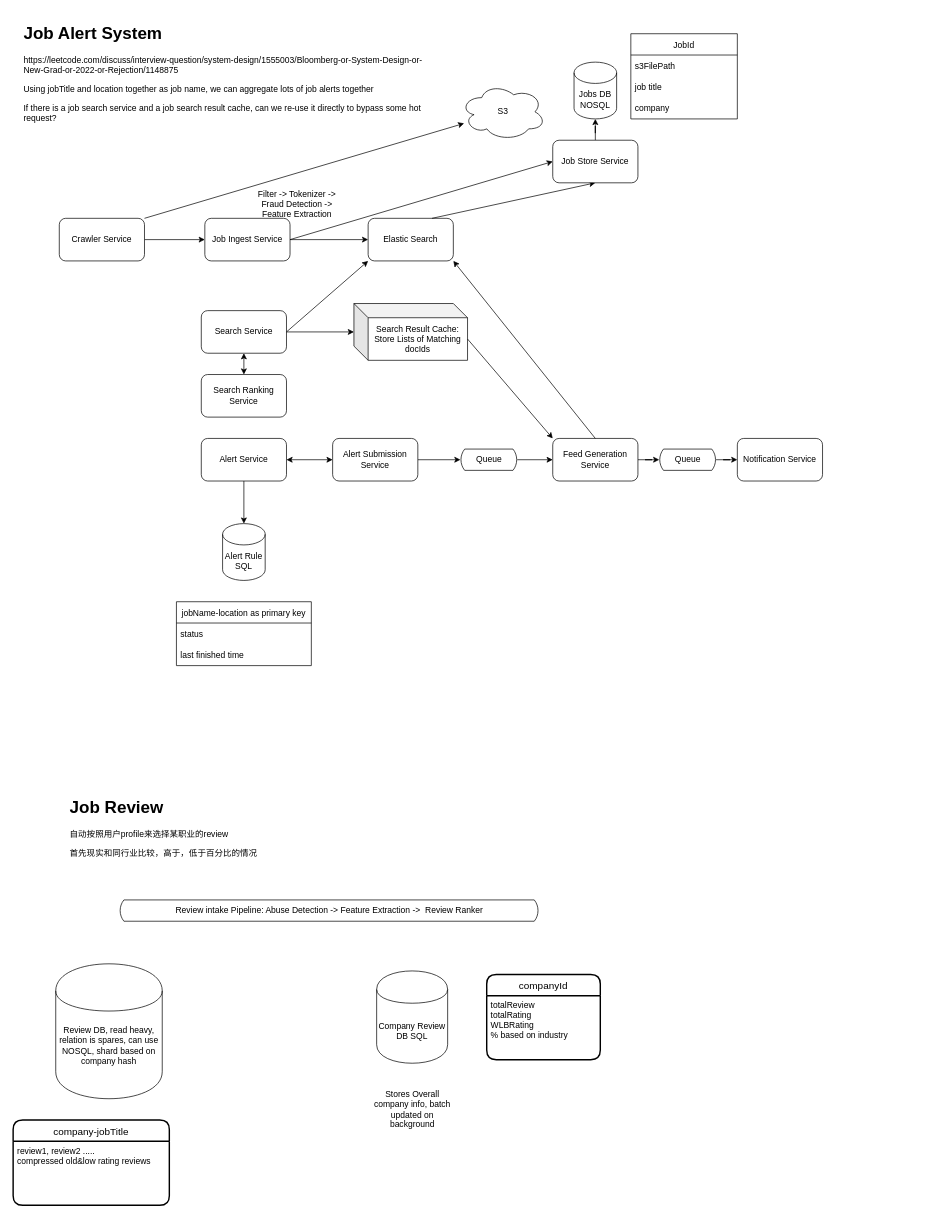
Before: System Design Diagrams/Job Alert Diagram.drawio in zyy890316/CS-Notes, a draw.io diagram. Source tidied: cells renumbered, new cells numbered last; positions are measured from the earlier drawing's top-left corner, leaving out a move shared by most shapes. Both pictures are drawn from the tidied source at 71%, with x=0, y=0 at pixel (13, 19).
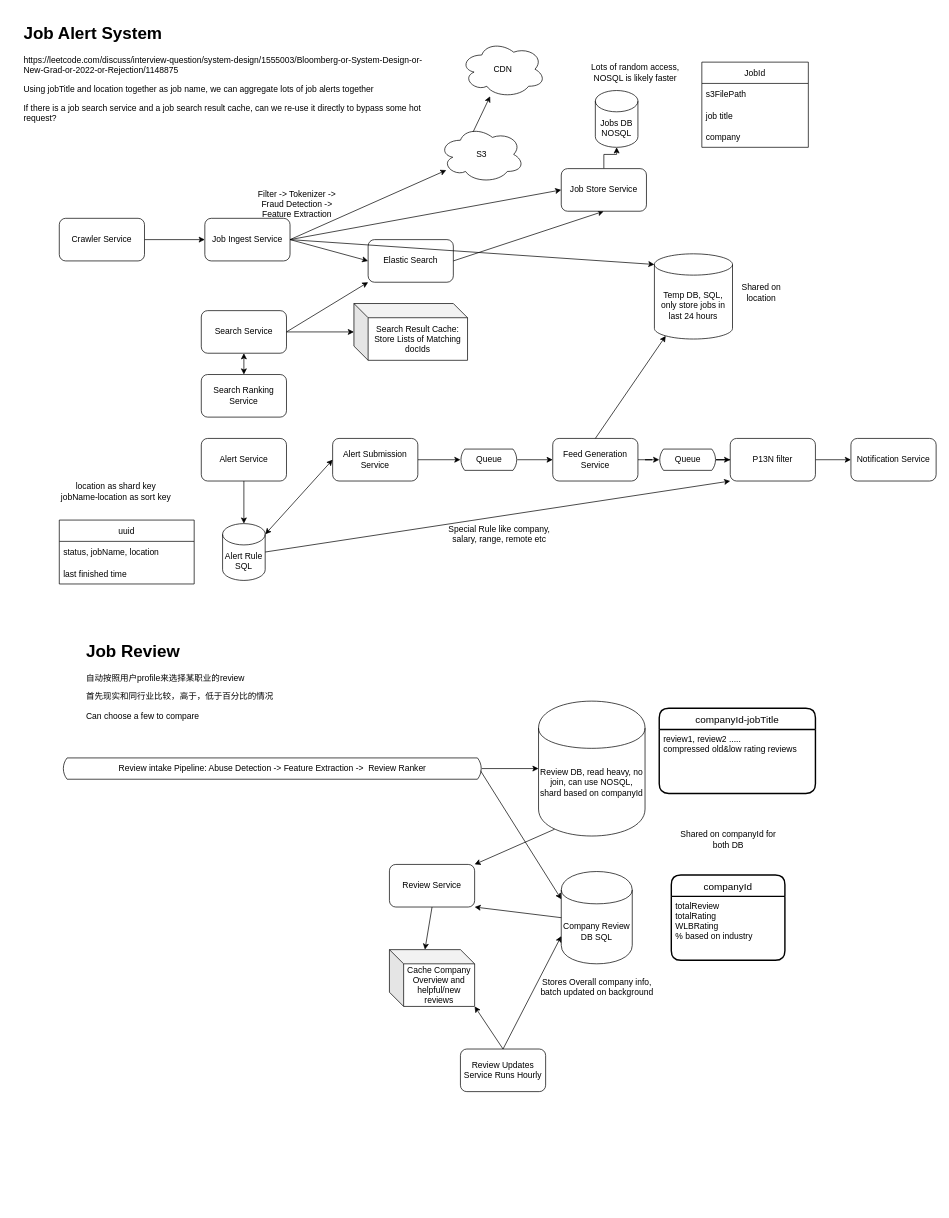
Above is the later version.

Unchanged cells that the change refers to:
```xml
<mxCell id="7" value="Alert Service" style="rounded=1;whiteSpace=wrap;html=1;" parent="1" vertex="1">
  <mxGeometry x="265" y="590" width="120" height="60" as="geometry" />
</mxCell>
<mxCell id="8" value="Alert Rule SQL" style="shape=cylinder3;whiteSpace=wrap;html=1;boundedLbl=1;backgroundOutline=1;size=15;" parent="1" vertex="1">
  <mxGeometry x="295" y="710" width="60" height="80" as="geometry" />
</mxCell>
<mxCell id="10" value="Alert Submission Service" style="rounded=1;whiteSpace=wrap;html=1;" parent="1" vertex="1">
  <mxGeometry x="450" y="590" width="120" height="60" as="geometry" />
</mxCell>
<mxCell id="13" value="Crawler Service" style="rounded=1;whiteSpace=wrap;html=1;" parent="1" vertex="1">
  <mxGeometry x="65" y="280" width="120" height="60" as="geometry" />
</mxCell>
<mxCell id="14" value="Job Ingest Service" style="rounded=1;whiteSpace=wrap;html=1;" parent="1" vertex="1">
  <mxGeometry x="270" y="280" width="120" height="60" as="geometry" />
</mxCell>
<mxCell id="25" value="Search Result Cache: Store Lists of Matching docIds" style="shape=cube;whiteSpace=wrap;html=1;boundedLbl=1;backgroundOutline=1;darkOpacity=0.05;darkOpacity2=0.1;" parent="1" vertex="1">
  <mxGeometry x="480" y="400" width="160" height="80" as="geometry" />
</mxCell>
<mxCell id="34" value="Feed Generation Service" style="rounded=1;whiteSpace=wrap;html=1;" parent="1" vertex="1">
  <mxGeometry x="760" y="590" width="120" height="60" as="geometry" />
</mxCell>
<mxCell id="38" value="Queue" style="html=1;dashed=0;whitespace=wrap;shape=mxgraph.dfd.loop;" parent="1" vertex="1">
  <mxGeometry x="910" y="605" width="80" height="30" as="geometry" />
</mxCell>
```

What changed in the source:
```diff
@@
-    <mxCell id="3" value="jobName-location as primary key" style="swimlane;fontStyle=0;horizontal=1;startSize=30;" parent="1" vertex="1">
-      <mxGeometry x="230" y="820" width="190" height="90" as="geometry" />
+    <mxCell id="3" value="uuid" style="swimlane;fontStyle=0;horizontal=1;startSize=30;" parent="1" vertex="1">
+      <mxGeometry x="65" y="705" width="190" height="90" as="geometry" />
     </mxCell>
-    <mxCell id="4" value="status" style="text;strokeColor=none;fillColor=none;align=left;verticalAlign=middle;spacingLeft=4;spacingRight=4;overflow=hidden;" parent="3" vertex="1">
+    <mxCell id="4" value="status, jobName, location" style="text;strokeColor=none;fillColor=none;align=left;verticalAlign=middle;spacingLeft=4;spacingRight=4;overflow=hidden;" parent="3" vertex="1">
       <mxGeometry y="30" width="190" height="30" as="geometry" />
     </mxCell>
@@
-    <mxCell id="11" style="endArrow=classic;startArrow=classic;html=1;rounded=0;exitX=1;exitY=0.5;exitDx=0;exitDy=0;entryX=0;entryY=0.5;entryDx=0;entryDy=0;" parent="1" edge="1" source="7" target="10">
+    <mxCell id="11" style="endArrow=classic;startArrow=classic;html=1;rounded=0;exitX=1;exitY=0;exitDx=0;exitDy=15;entryX=0;entryY=0.5;entryDx=0;entryDy=0;exitPerimeter=0;" parent="1" edge="1" source="8" target="10">
       <mxGeometry relative="1" as="geometry" />
     </mxCell>
@@
-    <mxCell id="16" style="endArrow=classic;html=1;rounded=0;exitX=1;exitY=0;exitDx=0;exitDy=0;" parent="1" edge="1" source="13" target="17">
+    <mxCell id="16" style="endArrow=classic;html=1;rounded=0;exitX=1;exitY=0.5;exitDx=0;exitDy=0;" parent="1" edge="1" source="14" target="17">
       <mxGeometry relative="1" as="geometry" />
     </mxCell>
     <mxCell id="17" value="S3" style="ellipse;shape=cloud;whiteSpace=wrap;html=1;" parent="1" vertex="1">
-      <mxGeometry x="630" y="90" width="120" height="80" as="geometry" />
+      <mxGeometry x="600" y="150" width="120" height="80" as="geometry" />
     </mxCell>
@@
     <mxCell id="19" value="Elastic Search" style="rounded=1;whiteSpace=wrap;html=1;" parent="1" vertex="1">
-      <mxGeometry x="500" y="280" width="120" height="60" as="geometry" />
+      <mxGeometry x="500" y="310" width="120" height="60" as="geometry" />
     </mxCell>
@@
-    <mxCell id="21" style="endArrow=classic;html=1;rounded=0;exitX=0.75;exitY=0;exitDx=0;exitDy=0;entryX=0.5;entryY=1;entryDx=0;entryDy=0;" parent="1" edge="1" source="19" target="29">
+    <mxCell id="21" style="endArrow=classic;html=1;rounded=0;exitX=1;exitY=0.5;exitDx=0;exitDy=0;entryX=0.5;entryY=1;entryDx=0;entryDy=0;" parent="1" edge="1" source="19" target="29">
       <mxGeometry relative="1" as="geometry" />
     </mxCell>
@@
     <mxCell id="29" value="Job Store Service" style="rounded=1;whiteSpace=wrap;html=1;" parent="1" vertex="1">
-      <mxGeometry x="760" y="170" width="120" height="60" as="geometry" />
+      <mxGeometry x="772" y="210" width="120" height="60" as="geometry" />
     </mxCell>
     <mxCell id="30" value="Jobs DB NOSQL" style="shape=cylinder3;whiteSpace=wrap;html=1;boundedLbl=1;backgroundOutline=1;size=15;" parent="1" vertex="1">
-      <mxGeometry x="790" y="60" width="60" height="80" as="geometry" />
+      <mxGeometry x="820" y="100" width="60" height="80" as="geometry" />
     </mxCell>
@@
-    <mxCell id="35" style="endArrow=classic;html=1;rounded=0;exitX=0;exitY=0;exitDx=160;exitDy=50;exitPerimeter=0;entryX=0;entryY=0;entryDx=0;entryDy=0;" parent="1" edge="1" source="25" target="34">
-      <mxGeometry relative="1" as="geometry" />
-    </mxCell>
     <mxCell id="36" value="Notification Service" style="rounded=1;whiteSpace=wrap;html=1;" parent="1" vertex="1">
-      <mxGeometry x="1020" y="590" width="120" height="60" as="geometry" />
+      <mxGeometry x="1180" y="590" width="120" height="60" as="geometry" />
     </mxCell>
-    <mxCell id="37" style="edgeStyle=orthogonalEdgeStyle;rounded=0;jettySize=auto;html=1;" parent="1" edge="1" source="38" target="36">
-      <mxGeometry relative="1" as="geometry" />
-    </mxCell>
+    <mxCell id="53" style="edgeStyle=orthogonalEdgeStyle;rounded=0;jettySize=auto;html=1;" parent="1" edge="1" source="38" target="56">
+      <mxGeometry relative="1" as="geometry" />
+    </mxCell>
@@
-    <mxCell id="39" style="endArrow=classic;html=1;rounded=0;exitX=0.5;exitY=0;exitDx=0;exitDy=0;entryX=1;entryY=1;entryDx=0;entryDy=0;" parent="1" edge="1" source="34" target="19">
-      <mxGeometry relative="1" as="geometry" />
-    </mxCell>
     <mxCell id="40" value="JobId" style="swimlane;fontStyle=0;horizontal=1;startSize=30;" parent="1" vertex="1">
-      <mxGeometry x="870" y="20" width="150" height="120" as="geometry" />
+      <mxGeometry x="970" y="60" width="150" height="120" as="geometry" />
     </mxCell>
@@
-    <mxCell id="44" value="&lt;h1&gt;Job Review&lt;/h1&gt;&lt;p&gt;自动按照用户profile来选择某职业的review&lt;/p&gt;&lt;p&gt;首先现实和同行业比较，高于，低于百分比的情况&lt;/p&gt;" style="text;html=1;strokeColor=none;fillColor=none;spacing=5;spacingTop=-20;whiteSpace=wrap;overflow=hidden;rounded=0;" parent="1" vertex="1">
-      <mxGeometry x="75" y="1090" width="385" height="180" as="geometry" />
+    <mxCell id="44" value="&lt;h1&gt;Job Review&lt;/h1&gt;&lt;p&gt;自动按照用户profile来选择某职业的review&lt;/p&gt;&lt;p&gt;首先现实和同行业比较，高于，低于百分比的情况&lt;/p&gt;&lt;p&gt;Can choose a few to compare&lt;/p&gt;" style="text;html=1;strokeColor=none;fillColor=none;spacing=5;spacingTop=-20;whiteSpace=wrap;overflow=hidden;rounded=0;" parent="1" vertex="1">
+      <mxGeometry x="98" y="870" width="385" height="180" as="geometry" />
     </mxCell>
+    <mxCell id="54" style="edgeStyle=orthogonalEdgeStyle;rounded=0;jettySize=auto;html=1;" parent="1" edge="1" source="45" target="46">
+      <mxGeometry relative="1" as="geometry" />
+    </mxCell>
     <mxCell id="45" value="Review intake Pipeline: Abuse Detection -&amp;gt; Feature Extraction -&amp;gt;&amp;nbsp; Review Ranker" style="html=1;dashed=0;whitespace=wrap;shape=mxgraph.dfd.loop;" parent="1" vertex="1">
-      <mxGeometry x="150" y="1240" width="590" height="30" as="geometry" />
+      <mxGeometry x="70" y="1040" width="590" height="30" as="geometry" />
     </mxCell>
-    <mxCell id="46" value="Review DB, read heavy, relation is spares, can use NOSQL, shard based on company hash" style="shape=cylinder;whiteSpace=wrap;html=1;boundedLbl=1;backgroundOutline=1;" parent="1" vertex="1">
-      <mxGeometry x="60" y="1330" width="150" height="190" as="geometry" />
+    <mxCell id="46" value="Review DB, read heavy, no join, can use NOSQL, shard based on companyId" style="shape=cylinder;whiteSpace=wrap;html=1;boundedLbl=1;backgroundOutline=1;" parent="1" vertex="1">
+      <mxGeometry x="740" y="960" width="150" height="190" as="geometry" />
     </mxCell>
     <mxCell id="47" value="Company Review DB SQL" style="shape=cylinder;whiteSpace=wrap;html=1;boundedLbl=1;backgroundOutline=1;" parent="1" vertex="1">
-      <mxGeometry x="512" y="1340" width="100" height="130" as="geometry" />
+      <mxGeometry x="772" y="1200" width="100" height="130" as="geometry" />
     </mxCell>
     <mxCell id="48" value="Stores Overall company info, batch updated on background" style="text;html=1;strokeColor=none;fillColor=none;align=center;verticalAlign=middle;whiteSpace=wrap;rounded=0;" parent="1" vertex="1">
-      <mxGeometry x="500" y="1480" width="125" height="110" as="geometry" />
+      <mxGeometry x="740.8" y="1325" width="162.5" height="75" as="geometry" />
     </mxCell>
     <mxCell id="49" value="companyId" style="swimlane;horizontal=1;startSize=30;rounded=1;fontSize=14;fontStyle=0;strokeWidth=2;shadow=0;dashed=0;align=center;" parent="1" vertex="1">
-      <mxGeometry x="667" y="1345" width="160" height="120" as="geometry" />
+      <mxGeometry x="927" y="1205" width="160" height="120" as="geometry" />
     </mxCell>
@@
-    <mxCell id="51" value="company-jobTitle" style="swimlane;horizontal=1;startSize=30;rounded=1;fontSize=14;fontStyle=0;strokeWidth=2;shadow=0;dashed=0;align=center;" parent="1" vertex="1">
-      <mxGeometry y="1550" width="220" height="120" as="geometry" />
+    <mxCell id="51" value="companyId-jobTitle" style="swimlane;horizontal=1;startSize=30;rounded=1;fontSize=14;fontStyle=0;strokeWidth=2;shadow=0;dashed=0;align=center;" parent="1" vertex="1">
+      <mxGeometry x="910" y="970" width="220" height="120" as="geometry" />
     </mxCell>
@@
+    <mxCell id="55" style="edgeStyle=orthogonalEdgeStyle;rounded=0;jettySize=auto;html=1;" parent="1" edge="1" source="56" target="36">
+      <mxGeometry relative="1" as="geometry" />
+    </mxCell>
+    <mxCell id="56" value="P13N filter" style="rounded=1;whiteSpace=wrap;html=1;" parent="1" vertex="1">
+      <mxGeometry x="1010" y="590" width="120" height="60" as="geometry" />
+    </mxCell>
+    <mxCell id="57" style="endArrow=classic;html=1;rounded=0;exitX=1;exitY=0.5;exitDx=0;exitDy=0;exitPerimeter=0;entryX=0;entryY=1;entryDx=0;entryDy=0;" parent="1" edge="1" source="8" target="56">
+      <mxGeometry relative="1" as="geometry" />
+    </mxCell>
+    <mxCell id="58" value="Special Rule like company, salary, range, remote etc" style="text;html=1;strokeColor=none;fillColor=none;align=center;verticalAlign=middle;whiteSpace=wrap;rounded=0;" parent="1" vertex="1">
+      <mxGeometry x="600" y="690" width="170" height="70" as="geometry" />
+    </mxCell>
+    <mxCell id="59" value="Lots of random access, NOSQL is likely faster" style="text;html=1;strokeColor=none;fillColor=none;align=center;verticalAlign=middle;whiteSpace=wrap;rounded=0;" parent="1" vertex="1">
+      <mxGeometry x="803" y="60" width="147" height="30" as="geometry" />
+    </mxCell>
+    <mxCell id="60" style="endArrow=classic;html=1;rounded=0;exitX=0.997;exitY=0.6;exitDx=0;exitDy=0;exitPerimeter=0;entryX=0;entryY=0.3;entryDx=0;entryDy=0;" parent="1" edge="1" source="45" target="47">
+      <mxGeometry relative="1" as="geometry" />
+    </mxCell>
+    <mxCell id="61" value="Review Service" style="rounded=1;whiteSpace=wrap;html=1;" parent="1" vertex="1">
+      <mxGeometry x="530" y="1190" width="120" height="60" as="geometry" />
+    </mxCell>
+    <mxCell id="62" style="endArrow=classic;html=1;rounded=0;exitX=0.15;exitY=0.95;exitDx=0;exitDy=0;exitPerimeter=0;entryX=1;entryY=0;entryDx=0;entryDy=0;" parent="1" edge="1" source="46" target="61">
+      <mxGeometry relative="1" as="geometry" />
+    </mxCell>
+    <mxCell id="63" style="endArrow=classic;html=1;rounded=0;exitX=0;exitY=0.5;exitDx=0;exitDy=0;entryX=1;entryY=1;entryDx=0;entryDy=0;" parent="1" edge="1" source="47" target="61">
+      <mxGeometry relative="1" as="geometry" />
+    </mxCell>
+    <mxCell id="64" value="Cache Company Overview and helpful/new reviews" style="shape=cube;whiteSpace=wrap;html=1;boundedLbl=1;backgroundOutline=1;darkOpacity=0.05;darkOpacity2=0.1;" parent="1" vertex="1">
+      <mxGeometry x="530" y="1310" width="120" height="80" as="geometry" />
+    </mxCell>
+    <mxCell id="65" style="endArrow=classic;html=1;rounded=0;exitX=0.5;exitY=1;exitDx=0;exitDy=0;entryX=0;entryY=0;entryDx=50;entryDy=0;entryPerimeter=0;" parent="1" edge="1" source="61" target="64">
+      <mxGeometry relative="1" as="geometry" />
+    </mxCell>
+    <mxCell id="66" value="Review Updates Service Runs Hourly" style="rounded=1;whiteSpace=wrap;html=1;" parent="1" vertex="1">
+      <mxGeometry x="630" y="1450" width="120" height="60" as="geometry" />
+    </mxCell>
+    <mxCell id="67" style="endArrow=classic;html=1;rounded=0;exitX=0.5;exitY=0;exitDx=0;exitDy=0;entryX=1;entryY=1;entryDx=0;entryDy=0;entryPerimeter=0;" parent="1" edge="1" source="66" target="64">
+      <mxGeometry relative="1" as="geometry" />
+    </mxCell>
+    <mxCell id="68" style="endArrow=classic;html=1;rounded=0;exitX=0.5;exitY=0;exitDx=0;exitDy=0;entryX=0;entryY=0.7;entryDx=0;entryDy=0;" parent="1" edge="1" source="66" target="47">
+      <mxGeometry relative="1" as="geometry" />
+    </mxCell>
+    <mxCell id="69" value="Shared on companyId for both DB" style="text;html=1;strokeColor=none;fillColor=none;align=center;verticalAlign=middle;whiteSpace=wrap;rounded=0;" parent="1" vertex="1">
+      <mxGeometry x="930.5" y="1130" width="153" height="50" as="geometry" />
+    </mxCell>
+    <mxCell id="70" style="endArrow=classic;html=1;rounded=0;exitX=0.4;exitY=0.1;exitDx=0;exitDy=0;exitPerimeter=0;" parent="1" edge="1" source="17" target="71">
+      <mxGeometry relative="1" as="geometry" />
+    </mxCell>
+    <mxCell id="71" value="CDN" style="ellipse;shape=cloud;whiteSpace=wrap;html=1;" parent="1" vertex="1">
+      <mxGeometry x="630" y="30" width="120" height="80" as="geometry" />
+    </mxCell>
+    <mxCell id="72" value="&lt;span&gt;location as shard key&lt;br&gt;&lt;/span&gt;jobName-location as sort key&lt;span&gt;&lt;br&gt;&lt;/span&gt;" style="text;html=1;strokeColor=none;fillColor=none;align=center;verticalAlign=middle;whiteSpace=wrap;rounded=0;" parent="1" vertex="1">
+      <mxGeometry x="35" y="650" width="220" height="30" as="geometry" />
+    </mxCell>
+    <mxCell id="73" style="endArrow=classic;html=1;rounded=0;exitX=0.5;exitY=0;exitDx=0;exitDy=0;entryX=0.145;entryY=1;entryDx=0;entryDy=-4.35;entryPerimeter=0;" parent="1" edge="1" source="34" target="74">
+      <mxGeometry relative="1" as="geometry" />
+    </mxCell>
+    <mxCell id="74" value="Temp DB, SQL, only store jobs in last 24 hours" style="shape=cylinder3;whiteSpace=wrap;html=1;boundedLbl=1;backgroundOutline=1;size=15;" parent="1" vertex="1">
+      <mxGeometry x="903.2" y="330" width="110" height="120" as="geometry" />
+    </mxCell>
+    <mxCell id="75" style="endArrow=classic;html=1;rounded=0;exitX=1;exitY=0.5;exitDx=0;exitDy=0;entryX=0;entryY=0;entryDx=0;entryDy=15;entryPerimeter=0;" parent="1" edge="1" source="14" target="74">
+      <mxGeometry relative="1" as="geometry" />
+    </mxCell>
+    <mxCell id="76" value="Shared on location" style="text;html=1;strokeColor=none;fillColor=none;align=center;verticalAlign=middle;whiteSpace=wrap;rounded=0;" parent="1" vertex="1">
+      <mxGeometry x="1023.5" y="370" width="60" height="30" as="geometry" />
+    </mxCell>
```
